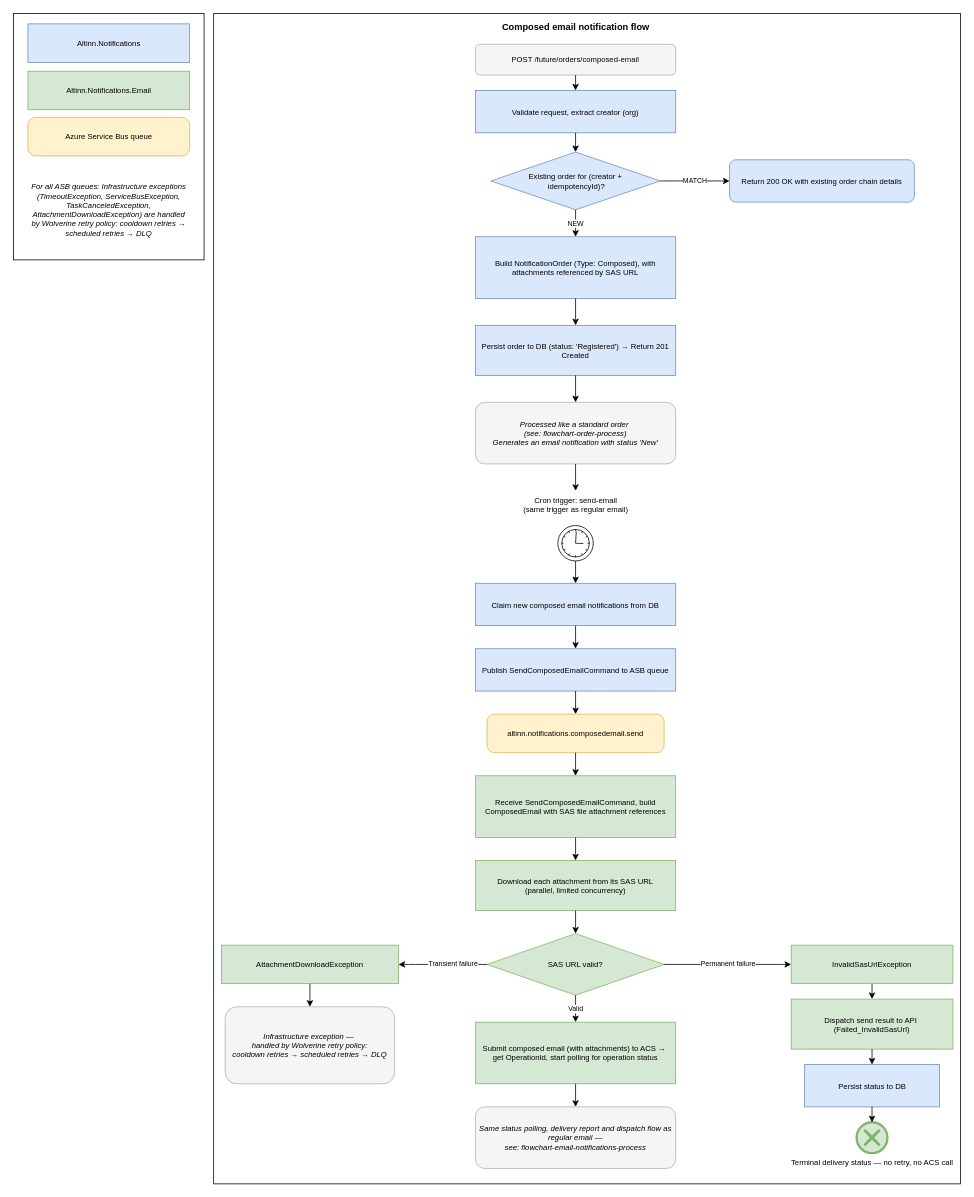
The draw.io diagram docs/architecture/diagrams/flowchart-composed-email-notifications-process.drawio in Altinn/altinn-notifications, before the edit. Source tidied: cells renumbered, new cells numbered last; positions are measured from the earlier drawing's top-left corner, leaving out a move shared by most shapes. Both pictures are drawn from the tidied source at 77%, with x=0, y=0 at pixel (13, 13).
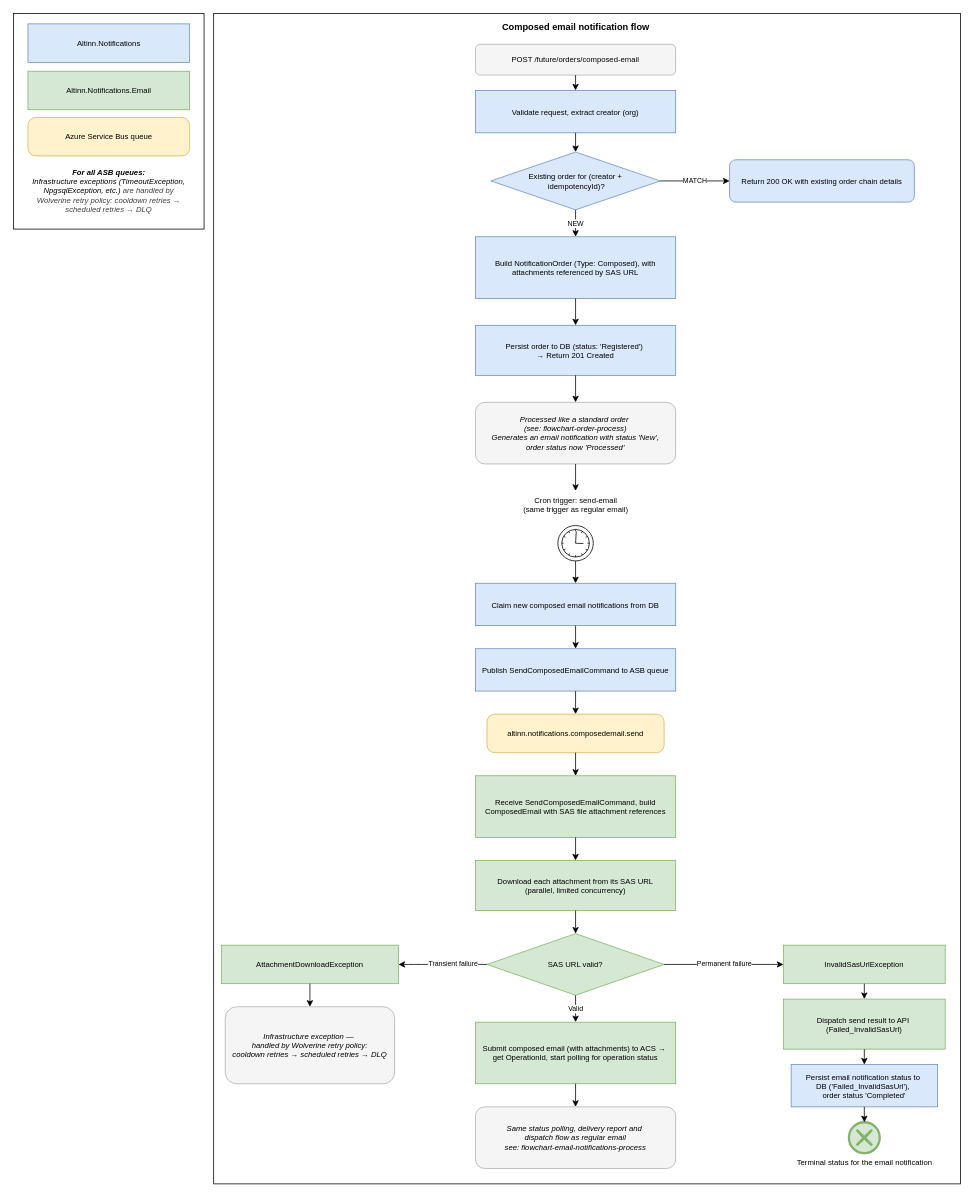
Above is the later version.

Diff of the diagram source:
```diff
@@
     <mxCell id="2" style="rounded=0;whiteSpace=wrap;html=1;" parent="1" vertex="1">
-      <mxGeometry width="247.5" height="320" as="geometry" />
+      <mxGeometry width="247.5" height="280" as="geometry" />
     </mxCell>
@@
-    <mxCell id="15" value="Persist order to DB (status: 'Registered') → Return 201 Created" style="rounded=0;whiteSpace=wrap;html=1;fillColor=#dae8fc;strokeColor=#6c8ebf;fontSize=10;" parent="1" vertex="1">
+    <mxCell id="15" value="Persist order to DB (status: 'Registered')&amp;nbsp;&lt;div&gt;→ Return 201 Created&lt;/div&gt;" style="rounded=0;whiteSpace=wrap;html=1;fillColor=#dae8fc;strokeColor=#6c8ebf;fontSize=10;" parent="1" vertex="1">
       <mxGeometry x="600" y="405" width="260" height="65" as="geometry" />
     </mxCell>
@@
-    <mxCell id="17" value="Processed like a standard order&amp;nbsp;&lt;div&gt;(see: flowchart-order-process)&lt;div&gt;Generates an email notification with status 'New'&lt;/div&gt;&lt;/div&gt;" style="rounded=1;whiteSpace=wrap;html=1;fillColor=#f5f5f5;strokeColor=#b0b0b0;fontSize=10;fontStyle=2;" parent="1" vertex="1">
+    <mxCell id="17" value="Processed like a standard order&amp;nbsp;&lt;div&gt;(see: flowchart-order-process)&lt;div&gt;Generates an email notification with status 'New',&lt;/div&gt;&lt;/div&gt;&lt;div&gt;order status now 'Processed'&lt;/div&gt;" style="rounded=1;whiteSpace=wrap;html=1;fillColor=#f5f5f5;strokeColor=#b0b0b0;fontSize=10;fontStyle=2;" parent="1" vertex="1">
       <mxGeometry x="600" y="505" width="260" height="80" as="geometry" />
     </mxCell>
@@
     <mxCell id="35" value="InvalidSasUrlException" style="rounded=0;whiteSpace=wrap;html=1;fillColor=#d5e8d4;strokeColor=#82b366;fontSize=10;" parent="1" vertex="1">
-      <mxGeometry x="1010" y="1210" width="210" height="50" as="geometry" />
+      <mxGeometry x="1000" y="1210" width="210" height="50" as="geometry" />
     </mxCell>
@@
     <mxCell id="37" value="Dispatch send result to API&amp;nbsp;&lt;div&gt;(Failed_InvalidSasUrl)&lt;/div&gt;" style="rounded=0;whiteSpace=wrap;html=1;fillColor=#d5e8d4;strokeColor=#82b366;fontSize=10;" parent="1" vertex="1">
-      <mxGeometry x="1010" y="1280" width="210" height="65" as="geometry" />
+      <mxGeometry x="1000" y="1280" width="210" height="65" as="geometry" />
     </mxCell>
@@
-    <mxCell id="39" value="Terminal delivery status — no retry, no ACS call" style="points=[[0.145,0.145,0],[0.5,0,0],[0.855,0.145,0],[1,0.5,0],[0.855,0.855,0],[0.5,1,0],[0.145,0.855,0],[0,0.5,0]];shape=mxgraph.bpmn.event;html=1;verticalLabelPosition=bottom;labelBackgroundColor=#ffffff;verticalAlign=top;align=center;perimeter=ellipsePerimeter;outlineConnect=0;outline=end;symbol=cancel;fillColor=#d5e8d4;strokeColor=#82b366;fontSize=10;" parent="1" vertex="1">
-      <mxGeometry x="1095" y="1440" width="40" height="40" as="geometry" />
+    <mxCell id="39" value="Terminal status for the email notification" style="points=[[0.145,0.145,0],[0.5,0,0],[0.855,0.145,0],[1,0.5,0],[0.855,0.855,0],[0.5,1,0],[0.145,0.855,0],[0,0.5,0]];shape=mxgraph.bpmn.event;html=1;verticalLabelPosition=bottom;labelBackgroundColor=#ffffff;verticalAlign=top;align=center;perimeter=ellipsePerimeter;outlineConnect=0;outline=end;symbol=cancel;fillColor=#d5e8d4;strokeColor=#82b366;fontSize=10;" parent="1" vertex="1">
+      <mxGeometry x="1085" y="1440" width="40" height="40" as="geometry" />
     </mxCell>
@@
-    <mxCell id="46" value="Same status polling, delivery report and dispatch flow as regular email —&lt;div&gt;see: flowchart-email-notifications-process&lt;/div&gt;" style="rounded=1;whiteSpace=wrap;html=1;fillColor=#f5f5f5;strokeColor=#b0b0b0;fontSize=10;fontStyle=2;" parent="1" vertex="1">
+    <mxCell id="46" value="&lt;font&gt;Same status polling, delivery report and&amp;nbsp;&lt;/font&gt;&lt;div&gt;&lt;font&gt;dispatch flow as regular email&lt;/font&gt;&lt;div&gt;&lt;font&gt;see: flowchart-email-notifications-process&lt;/font&gt;&lt;/div&gt;&lt;/div&gt;" style="rounded=1;whiteSpace=wrap;html=1;fillColor=#f5f5f5;strokeColor=#b0b0b0;fontSize=10;fontStyle=2;" parent="1" vertex="1">
       <mxGeometry x="600" y="1420" width="260" height="80" as="geometry" />
     </mxCell>
@@
-    <mxCell id="50" value="For all ASB queues: Infrastructure exceptions (TimeoutException, ServiceBusException, TaskCanceledException, AttachmentDownloadException) are handled by Wolverine retry policy: cooldown retries → scheduled retries → DLQ" style="rounded=1;whiteSpace=wrap;html=1;fontSize=10;fontStyle=2;strokeColor=none;" parent="1" vertex="1">
-      <mxGeometry x="18.8" y="195" width="210" height="120" as="geometry" />
-    </mxCell>
-    <mxCell id="51" value="Persist status to DB" style="rounded=0;whiteSpace=wrap;html=1;fillColor=#dae8fc;strokeColor=#6c8ebf;fontSize=10;" parent="1" vertex="1">
-      <mxGeometry x="1027.5" y="1365" width="175" height="55" as="geometry" />
+    <mxCell id="51" value="&lt;font&gt;Persist email notification status to&amp;nbsp;&lt;/font&gt;&lt;div&gt;&lt;font&gt;DB ('Failed_InvalidSasUrl'),&amp;nbsp;&lt;/font&gt;&lt;div&gt;&lt;font&gt;order status 'Completed'&lt;/font&gt;&lt;/div&gt;&lt;/div&gt;" style="rounded=0;whiteSpace=wrap;html=1;fillColor=#dae8fc;strokeColor=#6c8ebf;fontSize=10;" parent="1" vertex="1">
+      <mxGeometry x="1010" y="1365" width="190" height="55" as="geometry" />
     </mxCell>
@@
+    <mxCell id="53" value="&lt;div&gt;&lt;font&gt;&lt;b&gt;For all ASB queues:&lt;/b&gt;&lt;/font&gt;&lt;/div&gt;&lt;font&gt;Infrastructure exceptions (TimeoutException, NpgsqlException, etc.)&amp;nbsp;&lt;/font&gt;&lt;span style=&quot;color: rgb(63, 63, 63); background-color: transparent;&quot;&gt;are handled by Wolverine retry policy:&amp;nbsp;&lt;/span&gt;&lt;span style=&quot;color: rgb(63, 63, 63); background-color: transparent;&quot;&gt;cooldown retries → scheduled retries → DLQ&lt;/span&gt;" style="rounded=1;whiteSpace=wrap;html=1;fontSize=10;fontStyle=2;strokeColor=none;" parent="1" vertex="1">
+      <mxGeometry x="18.8" y="190" width="210" height="80" as="geometry" />
+    </mxCell>
```
